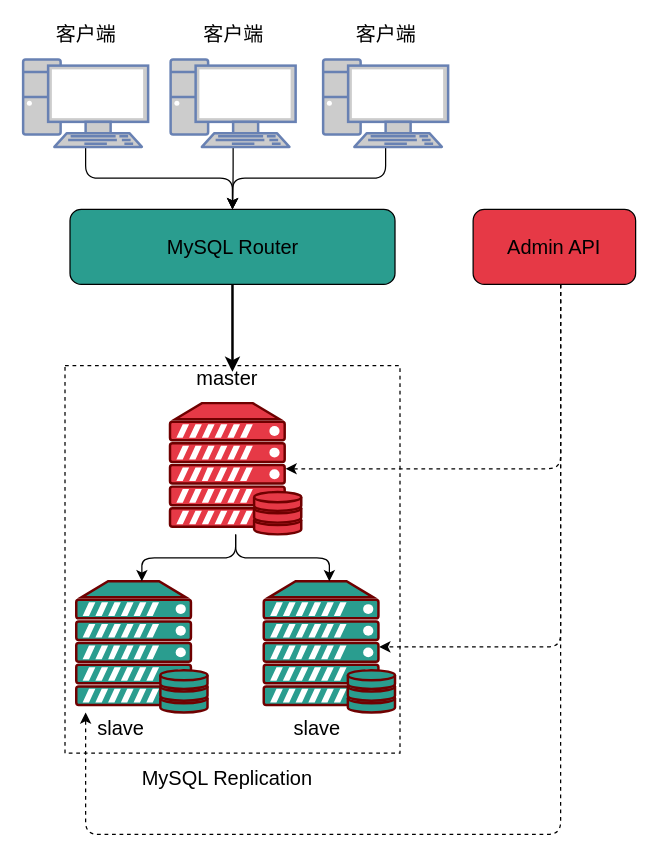
Before: page "mysql-replicaset" (4 of 44) of mysql/mysql.drawio in boilingfrog/Go-POINT, a draw.io diagram. Source tidied: cells renumbered, new cells numbered last; positions are measured from the earlier drawing's top-left corner, leaving out a move shared by most shapes. Both pictures are drawn from the tidied source at 125%, with x=0, y=0 at pixel (22, 21).
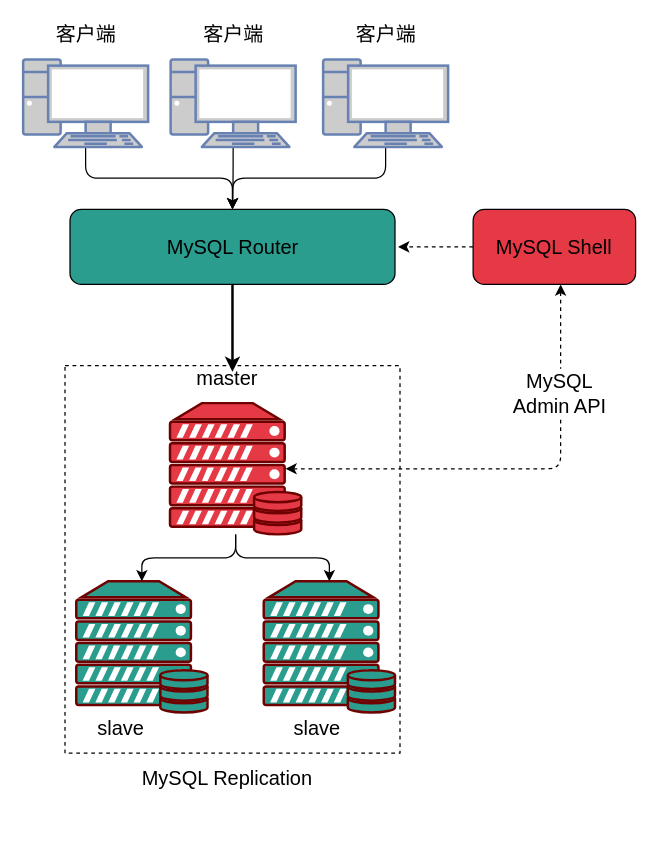
The same page after the edit.

Commit message (it also covers changes not shown here):
feat:MySQL 中主从同步

Unchanged cells that the change refers to:
```xml
<mxCell id="3" style="fontColor=#ffffff;verticalAlign=top;verticalLabelPosition=bottom;labelPosition=center;align=center;html=1;outlineConnect=0;fillColor=#2A9D8F;strokeColor=#6F0000;gradientDirection=north;strokeWidth=2;shape=mxgraph.networks.server_storage;" parent="1" vertex="1">
  <mxGeometry x="192.5" y="447.5" width="105" height="105" as="geometry" />
</mxCell>
<mxCell id="4" style="fontColor=#ffffff;verticalAlign=top;verticalLabelPosition=bottom;labelPosition=center;align=center;html=1;outlineConnect=0;fillColor=#2A9D8F;strokeColor=#6F0000;gradientDirection=north;strokeWidth=2;shape=mxgraph.networks.server_storage;" parent="1" vertex="1">
  <mxGeometry x="42.5" y="447.5" width="105" height="105" as="geometry" />
</mxCell>
<mxCell id="7" style="fontColor=#ffffff;verticalAlign=top;verticalLabelPosition=bottom;labelPosition=center;align=center;html=1;outlineConnect=0;fillColor=#E63946;strokeColor=#6F0000;gradientDirection=north;strokeWidth=2;shape=mxgraph.networks.server_storage;" parent="1" vertex="1">
  <mxGeometry x="117.5" y="305" width="105" height="105" as="geometry" />
</mxCell>
```

Diff of the diagram source:
```diff
@@
-    <mxCell id="23" style="edgeStyle=orthogonalEdgeStyle;rounded=1;html=1;fontSize=16;startArrow=none;startFill=0;endArrow=classic;endFill=1;strokeWidth=1;entryX=0.88;entryY=0.5;entryDx=0;entryDy=0;entryPerimeter=0;dashed=1;" parent="1" edge="1" source="26" target="7">
+    <mxCell id="23" style="edgeStyle=orthogonalEdgeStyle;rounded=1;html=1;fontSize=16;startArrow=classic;startFill=1;endArrow=classic;endFill=1;strokeWidth=1;entryX=0.88;entryY=0.5;entryDx=0;entryDy=0;entryPerimeter=0;dashed=1;" parent="1" edge="1" source="26" target="7">
       <mxGeometry relative="1" as="geometry">
         <Array as="points">
           <mxPoint x="430" y="358" />
         </Array>
       </mxGeometry>
     </mxCell>
-    <mxCell id="24" style="edgeStyle=orthogonalEdgeStyle;rounded=1;html=1;dashed=1;fontSize=16;startArrow=none;startFill=0;endArrow=classic;endFill=1;strokeWidth=1;" parent="1" edge="1" source="26" target="4">
-      <mxGeometry relative="1" as="geometry">
-        <Array as="points">
-          <mxPoint x="430" y="650" />
-          <mxPoint x="50" y="650" />
-        </Array>
-      </mxGeometry>
-    </mxCell>
-    <mxCell id="25" style="edgeStyle=orthogonalEdgeStyle;rounded=1;html=1;entryX=0.88;entryY=0.5;entryDx=0;entryDy=0;entryPerimeter=0;dashed=1;fontSize=16;startArrow=none;startFill=0;endArrow=classic;endFill=1;strokeWidth=1;" parent="1" edge="1" source="26" target="3">
-      <mxGeometry relative="1" as="geometry">
-        <Array as="points">
-          <mxPoint x="430" y="500" />
-        </Array>
-      </mxGeometry>
-    </mxCell>
+    <mxCell id="27" value="MySQL&lt;br&gt;Admin API" style="edgeLabel;html=1;align=center;verticalAlign=middle;fontSize=16;" parent="23" vertex="1">
+      <mxGeometry x="-0.53" y="-2" relative="1" as="geometry" />
+    </mxCell>
+    <mxCell id="28" style="edgeStyle=orthogonalEdgeStyle;rounded=1;html=1;dashed=1;fontSize=16;startArrow=none;startFill=0;endArrow=classic;endFill=1;strokeWidth=1;" parent="1" edge="1" source="26">
+      <mxGeometry relative="1" as="geometry">
+        <mxPoint x="300" y="180" as="targetPoint" />
+      </mxGeometry>
+    </mxCell>
-    <mxCell id="26" value="Admin API" style="rounded=1;whiteSpace=wrap;html=1;fontSize=16;fillColor=#E63946;" parent="1" vertex="1">
+    <mxCell id="26" value="MySQL Shell" style="rounded=1;whiteSpace=wrap;html=1;fontSize=16;fillColor=#E63946;" parent="1" vertex="1">
       <mxGeometry x="360" y="150" width="130" height="60" as="geometry" />
     </mxCell>
```
